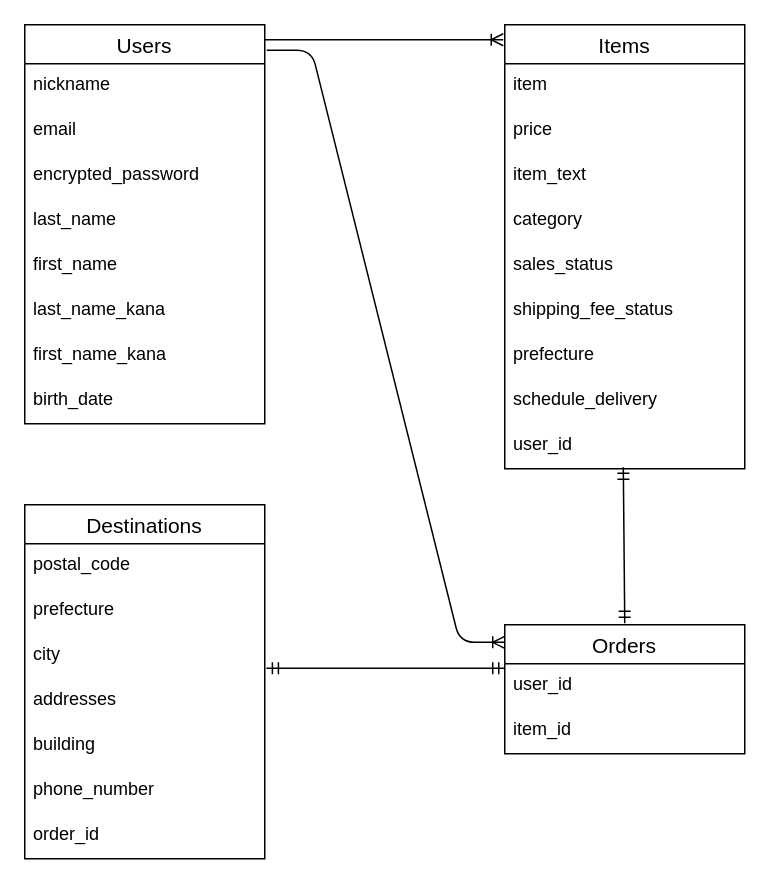
RegSlinky/furima-38579 keeps this draw.io diagram as test.dio. Above is the earlier version. Source tidied: cells renumbered, new cells numbered last; positions are measured from the earlier drawing's top-left corner, leaving out a move shared by most shapes. Both pictures are drawn from the tidied source at 150%, with x=0, y=0 at pixel (24, 24).
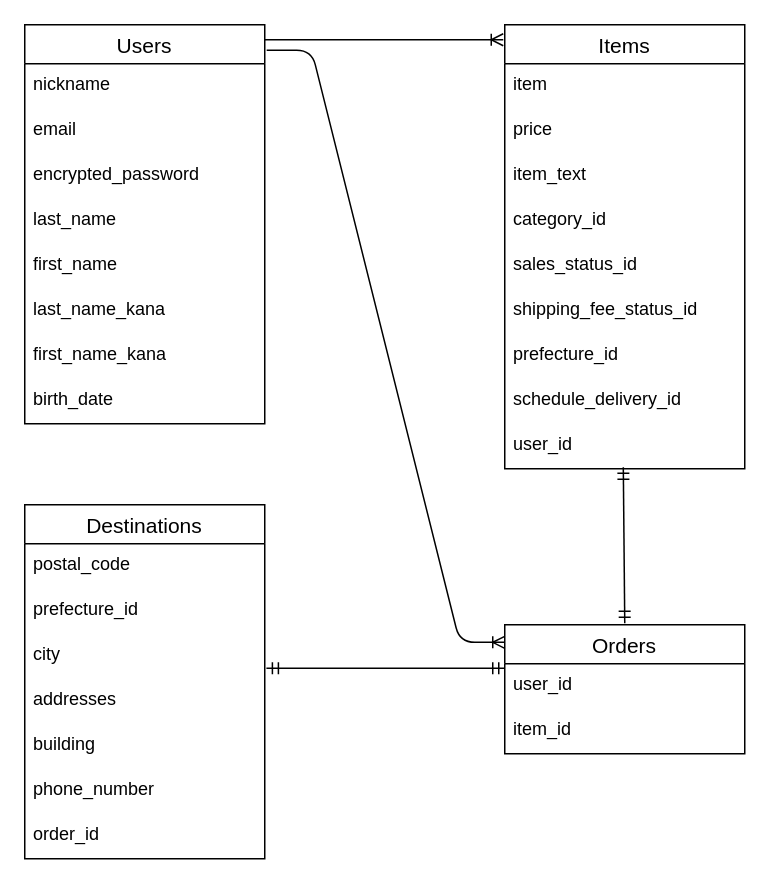
The same diagram, later.

Unchanged cells that the change refers to:
```xml
<mxCell id="11" value="Items" style="swimlane;fontStyle=0;horizontal=1;startSize=26;align=center;fontSize=14;" parent="1" vertex="1">
  <mxGeometry x="320" width="160" height="296" as="geometry" />
</mxCell>
<mxCell id="21" value="Destinations" style="swimlane;fontStyle=0;horizontal=1;startSize=26;align=center;fontSize=14;" parent="1" vertex="1">
  <mxGeometry y="320" width="160" height="236" as="geometry" />
</mxCell>
```

Diff of the diagram source:
```diff
@@
-    <mxCell id="15" value="category" style="text;strokeColor=none;fillColor=none;spacingLeft=4;spacingRight=4;overflow=hidden;fontSize=12;" parent="11" vertex="1">
+    <mxCell id="15" value="category_id" style="text;strokeColor=none;fillColor=none;spacingLeft=4;spacingRight=4;overflow=hidden;fontSize=12;" parent="11" vertex="1">
       <mxGeometry y="116" width="160" height="30" as="geometry" />
     </mxCell>
-    <mxCell id="16" value="sales_status" style="text;strokeColor=none;fillColor=none;spacingLeft=4;spacingRight=4;overflow=hidden;fontSize=12;" parent="11" vertex="1">
+    <mxCell id="16" value="sales_status_id" style="text;strokeColor=none;fillColor=none;spacingLeft=4;spacingRight=4;overflow=hidden;fontSize=12;" parent="11" vertex="1">
       <mxGeometry y="146" width="160" height="30" as="geometry" />
     </mxCell>
-    <mxCell id="17" value="shipping_fee_status" style="text;strokeColor=none;fillColor=none;spacingLeft=4;spacingRight=4;overflow=hidden;fontSize=12;" parent="11" vertex="1">
+    <mxCell id="17" value="shipping_fee_status_id" style="text;strokeColor=none;fillColor=none;spacingLeft=4;spacingRight=4;overflow=hidden;fontSize=12;" parent="11" vertex="1">
       <mxGeometry y="176" width="160" height="30" as="geometry" />
     </mxCell>
-    <mxCell id="18" value="prefecture" style="text;strokeColor=none;fillColor=none;spacingLeft=4;spacingRight=4;overflow=hidden;fontSize=12;" parent="11" vertex="1">
+    <mxCell id="18" value="prefecture_id" style="text;strokeColor=none;fillColor=none;spacingLeft=4;spacingRight=4;overflow=hidden;fontSize=12;" parent="11" vertex="1">
       <mxGeometry y="206" width="160" height="30" as="geometry" />
     </mxCell>
-    <mxCell id="19" value="schedule_delivery" style="text;strokeColor=none;fillColor=none;spacingLeft=4;spacingRight=4;overflow=hidden;fontSize=12;" parent="11" vertex="1">
+    <mxCell id="19" value="schedule_delivery_id" style="text;strokeColor=none;fillColor=none;spacingLeft=4;spacingRight=4;overflow=hidden;fontSize=12;" parent="11" vertex="1">
       <mxGeometry y="236" width="160" height="30" as="geometry" />
     </mxCell>
@@
-    <mxCell id="23" value="prefecture" style="text;strokeColor=none;fillColor=none;spacingLeft=4;spacingRight=4;overflow=hidden;fontSize=12;" parent="21" vertex="1">
+    <mxCell id="23" value="prefecture_id" style="text;strokeColor=none;fillColor=none;spacingLeft=4;spacingRight=4;overflow=hidden;fontSize=12;" parent="21" vertex="1">
       <mxGeometry y="56" width="160" height="30" as="geometry" />
     </mxCell>
```
